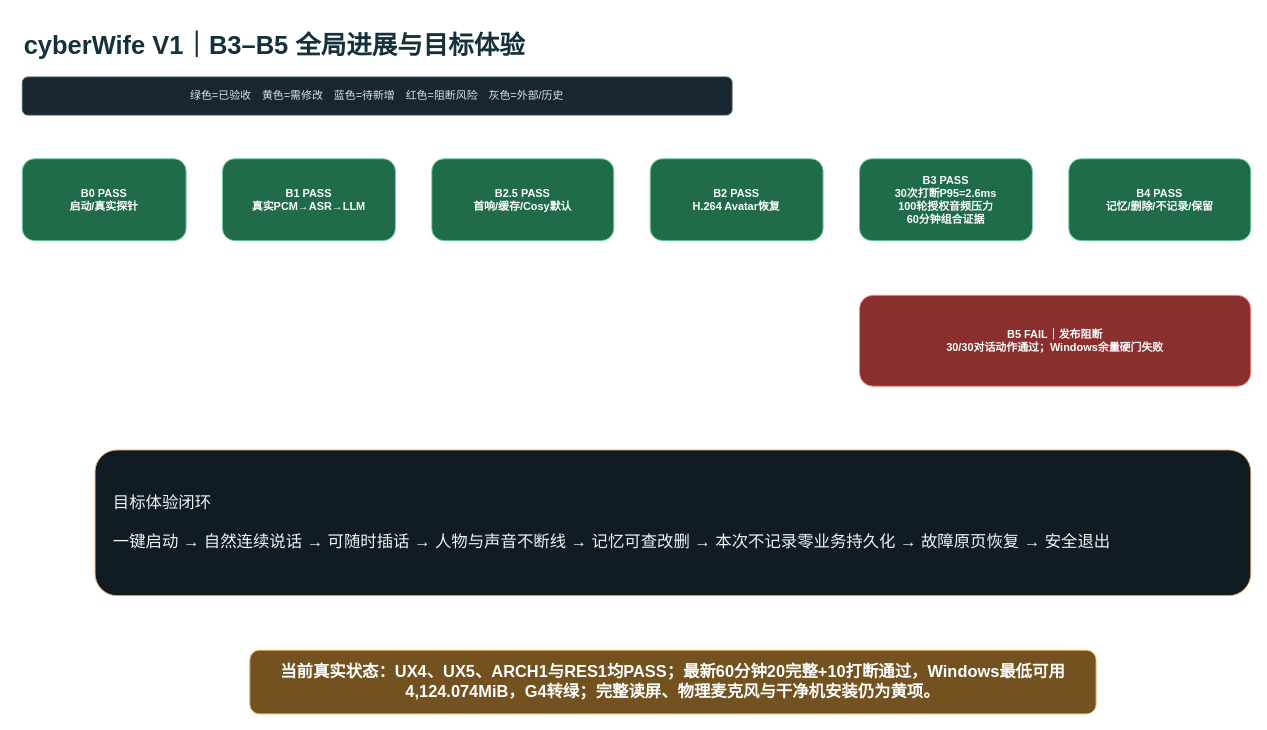
This is page "01-全局进展与目标体验" (1 of 8) of docs/cyberWife-b3-b5-delivery-gap.drawio from ljx418/cyberWife, a draw.io file, before an edit. Source tidied: cells renumbered, new cells numbered last; positions are measured from the earlier drawing's top-left corner, leaving out a move shared by most shapes. Both pictures are drawn from the tidied source at 91%, with x=0, y=0 at pixel (22, 22).
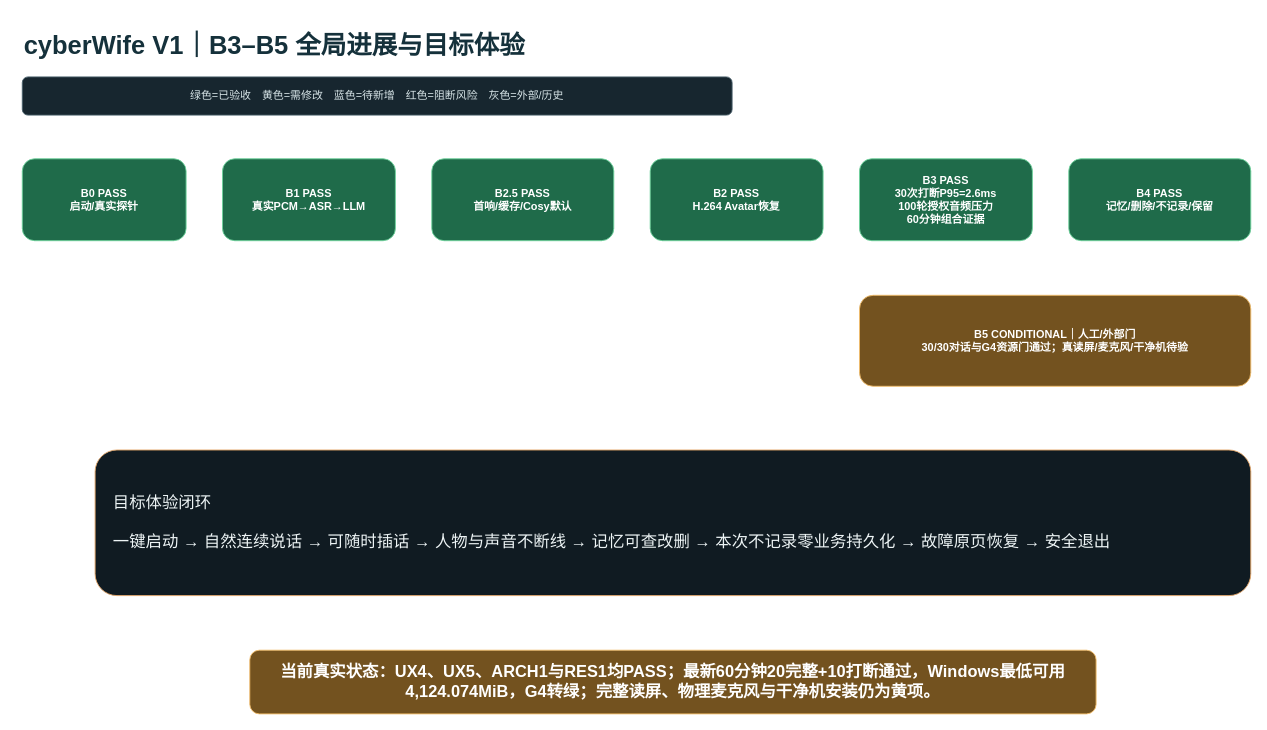
Above is the later version.

Change to the diagram source:
```diff
@@
 <mxGraphModel>
   <root>
     <mxCell id="0" />
     <mxCell id="1" parent="0" />
     <mxCell id="2" value="cyberWife V1｜B3–B5 全局进展与目标体验" style="text;html=1;fontSize=28;fontStyle=1;align=left;verticalAlign=middle;fontColor=#15313B;" parent="1" vertex="1">
       <mxGeometry width="1100" height="50" as="geometry" />
     </mxCell>
     <mxCell id="3" value="绿色=已验收　黄色=需修改　蓝色=待新增　红色=阻断风险　灰色=外部/历史" style="rounded=1;html=1;whiteSpace=wrap;fillColor=#17262F;strokeColor=#49606C;fontColor=#D8E5E8;" parent="1" vertex="1">
       <mxGeometry y="60" width="780" height="42" as="geometry" />
     </mxCell>
     <mxCell id="4" value="B0 PASS&#10;启动/真实探针" style="rounded=1;html=1;whiteSpace=wrap;fillColor=#1F6B4A;strokeColor=#6ED39C;fontColor=#FFFFFF;fontStyle=1;" parent="1" vertex="1">
       <mxGeometry y="150" width="180" height="90" as="geometry" />
     </mxCell>
     <mxCell id="5" value="B1 PASS&#10;真实PCM→ASR→LLM" style="rounded=1;html=1;whiteSpace=wrap;fillColor=#1F6B4A;strokeColor=#6ED39C;fontColor=#FFFFFF;fontStyle=1;" parent="1" vertex="1">
       <mxGeometry x="220" y="150" width="190" height="90" as="geometry" />
     </mxCell>
     <mxCell id="6" value="B2.5 PASS&#10;首响/缓存/Cosy默认" style="rounded=1;html=1;whiteSpace=wrap;fillColor=#1F6B4A;strokeColor=#6ED39C;fontColor=#FFFFFF;fontStyle=1;" parent="1" vertex="1">
       <mxGeometry x="450" y="150" width="200" height="90" as="geometry" />
     </mxCell>
     <mxCell id="7" value="B2 PASS&#10;H.264 Avatar恢复" style="rounded=1;html=1;whiteSpace=wrap;fillColor=#1F6B4A;strokeColor=#6ED39C;fontColor=#FFFFFF;fontStyle=1;" parent="1" vertex="1">
       <mxGeometry x="690" y="150" width="190" height="90" as="geometry" />
     </mxCell>
     <mxCell id="8" value="B3 PASS&#10;30次打断P95=2.6ms&#10;100轮授权音频压力&#10;60分钟组合证据" style="rounded=1;html=1;whiteSpace=wrap;fillColor=#1F6B4A;strokeColor=#6ED39C;fontColor=#FFFFFF;fontStyle=1;" parent="1" vertex="1">
       <mxGeometry x="920" y="150" width="190" height="90" as="geometry" />
     </mxCell>
     <mxCell id="9" value="B4 PASS&#10;记忆/删除/不记录/保留" style="rounded=1;html=1;whiteSpace=wrap;fillColor=#1F6B4A;strokeColor=#6ED39C;fontColor=#FFFFFF;fontStyle=1;" parent="1" vertex="1">
       <mxGeometry x="1150" y="150" width="200" height="90" as="geometry" />
     </mxCell>
-    <mxCell id="10" value="B5 FAIL｜发布阻断&#10;30/30对话动作通过；Windows余量硬门失败" style="rounded=1;html=1;whiteSpace=wrap;fillColor=#8B2E2E;strokeColor=#FF8C87;fontColor=#FFFFFF;fontStyle=1;" parent="1" vertex="1">
+    <mxCell id="10" value="B5 CONDITIONAL｜人工/外部门&#10;30/30对话与G4资源门通过；真读屏/麦克风/干净机待验" style="rounded=1;html=1;whiteSpace=wrap;fillColor=#73521F;strokeColor=#F2BD6B;fontColor=#FFFFFF;fontStyle=1;" parent="1" vertex="1">
       <mxGeometry x="920" y="300" width="430" height="100" as="geometry" />
     </mxCell>
     <mxCell id="11" value="目标体验闭环&#10;&#10;一键启动 → 自然连续说话 → 可随时插话 → 人物与声音不断线 → 记忆可查改删 → 本次不记录零业务持久化 → 故障原页恢复 → 安全退出" style="rounded=1;html=1;whiteSpace=wrap;fillColor=#101B22;strokeColor=#E4A668;fontColor=#EDF4F5;fontSize=18;align=left;spacing=20;" parent="1" vertex="1">
       <mxGeometry x="80" y="470" width="1270" height="160" as="geometry" />
     </mxCell>
     <mxCell id="12" value="当前真实状态：UX4、UX5、ARCH1与RES1均PASS；最新60分钟20完整+10打断通过，Windows最低可用4,124.074MiB，G4转绿；完整读屏、物理麦克风与干净机安装仍为黄项。" style="rounded=1;html=1;whiteSpace=wrap;fillColor=#73521F;strokeColor=#F2BD6B;fontColor=#FFFFFF;fontStyle=1;fontSize=18;" parent="1" vertex="1">
       <mxGeometry x="250" y="690" width="930" height="70" as="geometry" />
     </mxCell>
     <mxCell id="13" style="edgeStyle=orthogonalEdgeStyle;strokeColor=#8AA0A9;endArrow=block;" parent="1" edge="1" source="4" target="5" />
     <mxCell id="14" style="edgeStyle=orthogonalEdgeStyle;strokeColor=#8AA0A9;endArrow=block;" parent="1" edge="1" source="5" target="6" />
     <mxCell id="15" style="edgeStyle=orthogonalEdgeStyle;strokeColor=#8AA0A9;endArrow=block;" parent="1" edge="1" source="6" target="7" />
     <mxCell id="16" style="edgeStyle=orthogonalEdgeStyle;strokeColor=#8AA0A9;endArrow=block;" parent="1" edge="1" source="7" target="8" />
     <mxCell id="17" style="edgeStyle=orthogonalEdgeStyle;strokeColor=#8AA0A9;endArrow=block;" parent="1" edge="1" source="8" target="9" />
     <mxCell id="18" style="edgeStyle=orthogonalEdgeStyle;strokeColor=#8AA0A9;endArrow=block;" parent="1" edge="1" source="9" target="10" />
   </root>
 </mxGraphModel>
```
